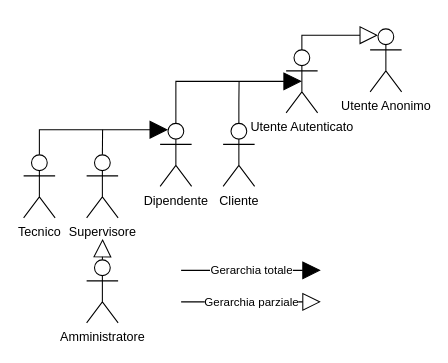
The draw.io diagram deliverables/d2/.media/.drawio/gerarchia.drawio in amanfucci/ardeeno-workondeliverables, before the edit. Source tidied: cells renumbered, new cells numbered last; positions are measured from the earlier drawing's top-left corner, leaving out a move shared by most shapes. Both pictures are drawn from the tidied source at 105%, with x=0, y=0 at pixel (23, 28).
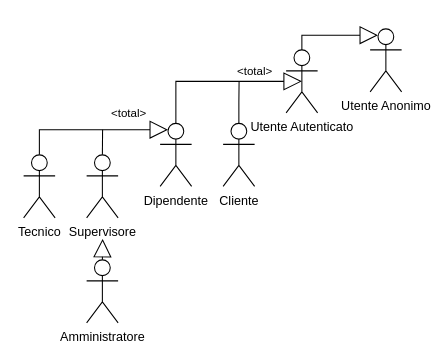
The same page after the edit.

Unchanged cells that the change refers to:
```xml
<mxCell id="4" value="Utente Autenticato" style="shape=umlActor;verticalLabelPosition=bottom;verticalAlign=top;html=1;outlineConnect=0;" parent="1" vertex="1">
  <mxGeometry x="250" y="20" width="30" height="60" as="geometry" />
</mxCell>
<mxCell id="6" value="Dipendente" style="shape=umlActor;verticalLabelPosition=bottom;verticalAlign=top;html=1;outlineConnect=0;" parent="1" vertex="1">
  <mxGeometry x="130" y="90" width="30" height="60" as="geometry" />
</mxCell>
<mxCell id="10" value="Tecnico" style="shape=umlActor;verticalLabelPosition=bottom;verticalAlign=top;html=1;outlineConnect=0;" parent="1" vertex="1">
  <mxGeometry y="120" width="30" height="60" as="geometry" />
</mxCell>
```

Change to the diagram source:
```diff
@@
-    <mxCell id="5" style="edgeStyle=orthogonalEdgeStyle;rounded=0;jettySize=auto;html=1;exitX=0.5;exitY=0;exitDx=0;exitDy=0;exitPerimeter=0;entryX=0.5;entryY=0.5;entryDx=0;entryDy=0;entryPerimeter=0;endArrow=block;endFill=1;endSize=15;" parent="1" edge="1" source="6" target="4">
-      <mxGeometry relative="1" as="geometry">
+    <mxCell id="5" value="&amp;lt;total&amp;gt;" style="edgeStyle=orthogonalEdgeStyle;rounded=0;jettySize=auto;html=1;exitX=0.5;exitY=0;exitDx=0;exitDy=0;exitPerimeter=0;entryX=0.5;entryY=0.5;entryDx=0;entryDy=0;entryPerimeter=0;endArrow=block;endFill=0;endSize=15;" parent="1" edge="1" source="6" target="4">
+      <mxGeometry x="0.44" y="10" relative="1" as="geometry">
         <Array as="points">
           <mxPoint x="145" y="50" />
         </Array>
       </mxGeometry>
     </mxCell>
@@
-    <mxCell id="9" style="edgeStyle=orthogonalEdgeStyle;rounded=0;jettySize=auto;html=1;exitX=0.5;exitY=0;exitDx=0;exitDy=0;exitPerimeter=0;entryX=0.25;entryY=0.1;entryDx=0;entryDy=0;entryPerimeter=0;endSize=15;endArrow=block;endFill=1;" parent="1" edge="1" source="10" target="6">
-      <mxGeometry relative="1" as="geometry">
+    <mxCell id="9" value="&amp;lt;total&amp;gt;" style="edgeStyle=orthogonalEdgeStyle;rounded=0;jettySize=auto;html=1;exitX=0.5;exitY=0;exitDx=0;exitDy=0;exitPerimeter=0;entryX=0.25;entryY=0.1;entryDx=0;entryDy=0;entryPerimeter=0;endSize=15;endArrow=block;endFill=0;" parent="1" edge="1" source="10" target="6">
+      <mxGeometry x="0.49" y="16" relative="1" as="geometry">
         <Array as="points">
           <mxPoint x="15" y="96" />
         </Array>
       </mxGeometry>
     </mxCell>
@@
-    <mxCell id="15" value="Gerarchia totale" style="edgeStyle=orthogonalEdgeStyle;rounded=0;orthogonalLoop=1;jettySize=auto;html=1;entryX=0.25;entryY=0.1;entryDx=0;entryDy=0;entryPerimeter=0;endSize=15;endArrow=block;endFill=1;" parent="1" edge="1">
-      <mxGeometry relative="1" as="geometry">
-        <mxPoint x="150" y="230" as="sourcePoint" />
-        <mxPoint x="283" y="230" as="targetPoint" />
-        <Array as="points">
-          <mxPoint x="150.5" y="230" />
-        </Array>
-      </mxGeometry>
-    </mxCell>
-    <mxCell id="16" value="Gerarchia parziale" style="edgeStyle=orthogonalEdgeStyle;rounded=0;orthogonalLoop=1;jettySize=auto;html=1;entryX=0.25;entryY=0.1;entryDx=0;entryDy=0;entryPerimeter=0;endSize=15;endArrow=block;endFill=0;" parent="1" edge="1">
-      <mxGeometry relative="1" as="geometry">
-        <mxPoint x="150" y="260" as="sourcePoint" />
-        <mxPoint x="283" y="260" as="targetPoint" />
-        <Array as="points">
-          <mxPoint x="150.5" y="260" />
-        </Array>
-      </mxGeometry>
-    </mxCell>
```
